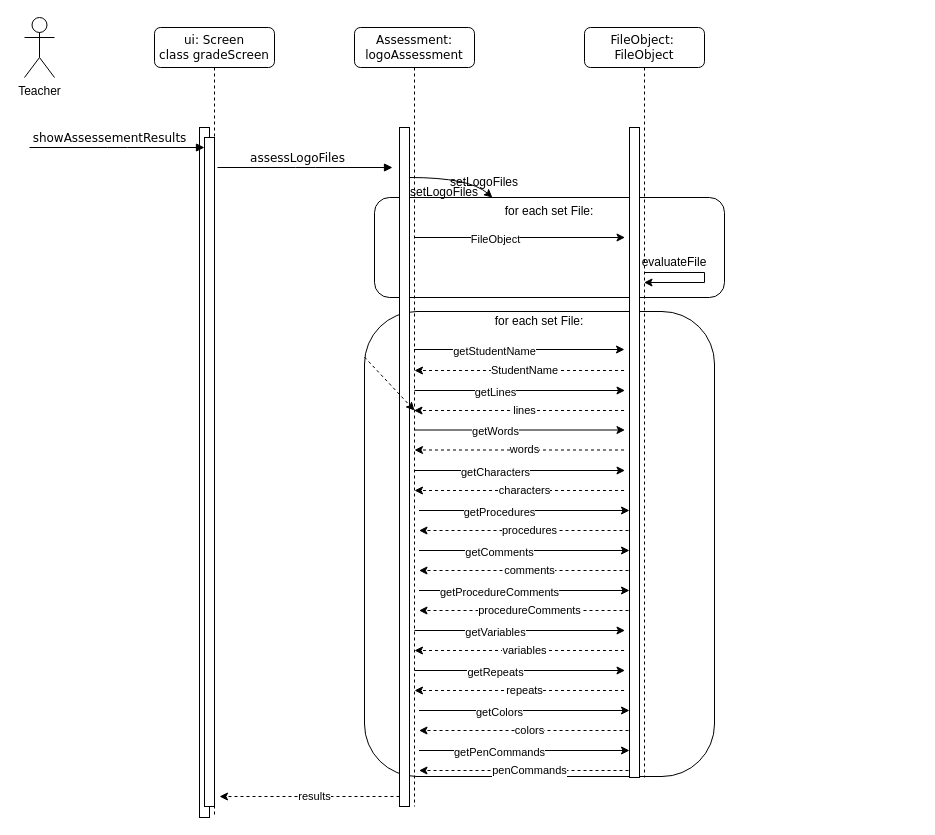
Before: models/Sequence ShowResults.drawio in hartrocker/LogoGrader, a draw.io diagram. Source tidied: cells renumbered, new cells numbered last; positions are measured from the earlier drawing's top-left corner, leaving out a move shared by most shapes. Both pictures are drawn from the tidied source at 100%, with x=0, y=0 at pixel (24, 17).
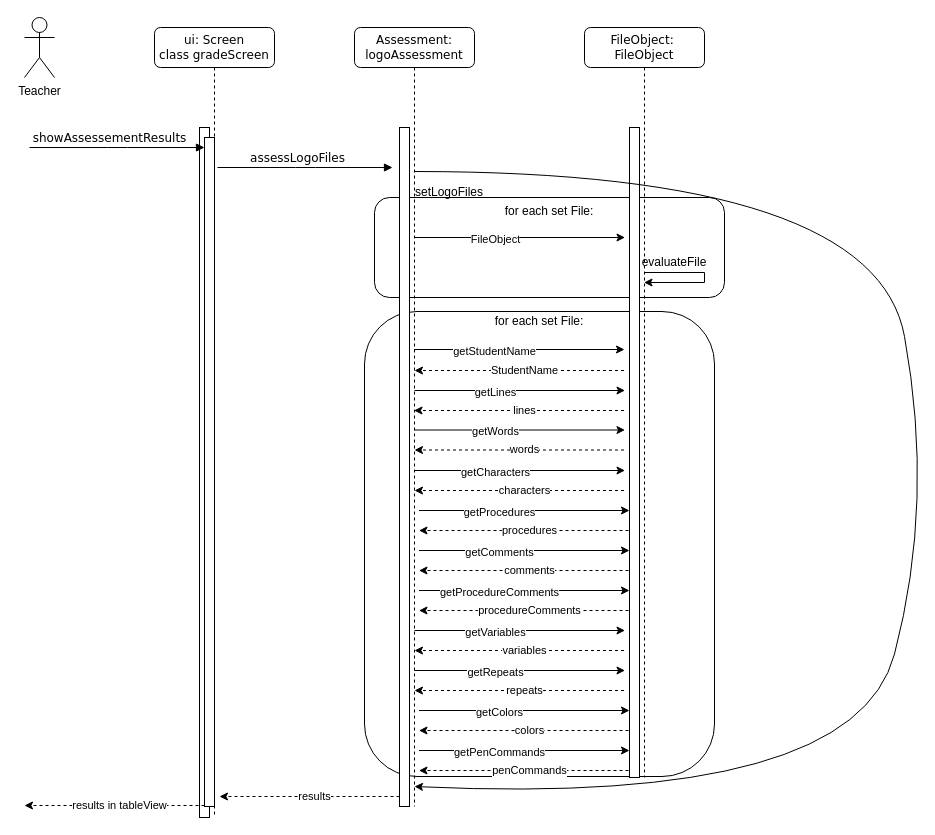
After the change.

The change refers to these unchanged cells:
```xml
<mxCell id="2" value="&lt;div&gt;for each set File:&lt;/div&gt;&lt;div&gt;&lt;br&gt;&lt;/div&gt;&lt;div&gt;&lt;br&gt;&lt;/div&gt;&lt;div&gt;&lt;br&gt;&lt;/div&gt;&lt;div&gt;&lt;br&gt;&lt;/div&gt;&lt;div&gt;&lt;br&gt;&lt;/div&gt;&lt;div&gt;&lt;br&gt;&lt;/div&gt;&lt;div&gt;&lt;br&gt;&lt;/div&gt;&lt;div&gt;&lt;br&gt;&lt;/div&gt;&lt;div&gt;&lt;br&gt;&lt;/div&gt;&lt;div&gt;&lt;br&gt;&lt;/div&gt;&lt;div&gt;&lt;br&gt;&lt;/div&gt;&lt;div&gt;&lt;br&gt;&lt;/div&gt;&lt;div&gt;&lt;br&gt;&lt;/div&gt;&lt;div&gt;&lt;br&gt;&lt;/div&gt;&lt;div&gt;&lt;br&gt;&lt;/div&gt;&lt;div&gt;&lt;br&gt;&lt;/div&gt;&lt;div&gt;&lt;br&gt;&lt;/div&gt;&lt;div&gt;&lt;br&gt;&lt;/div&gt;&lt;div&gt;&lt;br&gt;&lt;/div&gt;&lt;div&gt;&lt;br&gt;&lt;/div&gt;&lt;div&gt;&lt;br&gt;&lt;/div&gt;&lt;div&gt;&lt;br&gt;&lt;/div&gt;&lt;div&gt;&lt;br&gt;&lt;/div&gt;&lt;div&gt;&lt;br&gt;&lt;/div&gt;&lt;div&gt;&lt;br&gt;&lt;/div&gt;&lt;div&gt;&lt;br&gt;&lt;/div&gt;&lt;div&gt;&lt;br&gt;&lt;/div&gt;&lt;div&gt;&lt;br&gt;&lt;/div&gt;&lt;div&gt;&lt;br&gt;&lt;/div&gt;&lt;div&gt;&lt;br&gt;&lt;/div&gt;&lt;div&gt;&lt;br&gt;&lt;/div&gt;" style="rounded=1;whiteSpace=wrap;html=1;roundedPerimeter=1;" parent="1" vertex="1">
  <mxGeometry x="340" y="294" width="350" height="465" as="geometry" />
</mxCell>
<mxCell id="3" value="&lt;div&gt;for each set File:&lt;/div&gt;&lt;div&gt;&lt;br&gt;&lt;/div&gt;&lt;div&gt;&lt;br&gt;&lt;/div&gt;&lt;div&gt;&lt;br&gt;&lt;/div&gt;&lt;div&gt;&lt;br&gt;&lt;/div&gt;&lt;div&gt;&lt;br&gt;&lt;/div&gt;" style="rounded=1;whiteSpace=wrap;html=1;roundedPerimeter=1;" parent="1" vertex="1">
  <mxGeometry x="350" y="180" width="350" height="100" as="geometry" />
</mxCell>
```

Change to the diagram source:
```diff
@@
     <mxCell id="14" value="setLogoFiles" style="text;html=1;whiteSpace=wrap;strokeColor=none;fillColor=none;align=center;verticalAlign=middle;rounded=0;" parent="1" vertex="1">
-      <mxGeometry x="390" y="160" width="60" height="30" as="geometry" />
+      <mxGeometry x="390" y="160" width="70" height="30" as="geometry" />
     </mxCell>
@@
-    <mxCell id="21" style="endArrow=classic;html=1;rounded=0;defaultLabelBackgroundColor=page;entryX=0.667;entryY=0.672;entryDx=0;entryDy=0;entryPerimeter=0;dashed=1;" parent="1" edge="1" source="2">
-      <mxGeometry relative="1" as="geometry">
-        <mxPoint x="390" y="393" as="targetPoint" />
-      </mxGeometry>
-    </mxCell>
@@
-    <mxCell id="60" style="curved=1;curveGeometry=1;endArrow=classic;html=1;rounded=0;defaultLabelBackgroundColor=page;" parent="1" edge="1" target="3">
-      <mxGeometry x="0.31" relative="1" as="geometry">
-        <mxPoint x="385" y="160" as="sourcePoint" />
-        <Array as="points">
-          <mxPoint x="445" y="160" />
-        </Array>
-      </mxGeometry>
-    </mxCell>
@@
-    <mxCell id="63" value="setLogoFiles" style="text;html=1;whiteSpace=wrap;strokeColor=none;fillColor=none;align=center;verticalAlign=middle;rounded=0;" parent="1" vertex="1">
-      <mxGeometry x="430" y="150" width="60" height="30" as="geometry" />
-    </mxCell>
@@
+    <mxCell id="68" style="curved=1;curveGeometry=1;endArrow=classic;html=1;rounded=0;defaultLabelBackgroundColor=page;" parent="1" edge="1">
+      <mxGeometry x="0.49" relative="1" as="geometry">
+        <mxPoint x="390" y="154" as="sourcePoint" />
+        <mxPoint x="390" y="769" as="targetPoint" />
+        <Array as="points">
+          <mxPoint x="850" y="154" />
+          <mxPoint x="910" y="484" />
+          <mxPoint x="830" y="789" />
+        </Array>
+      </mxGeometry>
+    </mxCell>
+    <mxCell id="69" style="endArrow=classic;html=1;rounded=0;defaultLabelBackgroundColor=page;dashed=1;" parent="1" edge="1">
+      <mxGeometry relative="1" as="geometry">
+        <mxPoint x="180" y="788" as="sourcePoint" />
+        <mxPoint y="788" as="targetPoint" />
+      </mxGeometry>
+    </mxCell>
+    <mxCell id="70" value="&lt;div&gt;results in tableView&lt;/div&gt;" style="edgeLabel;html=1;align=center;verticalAlign=middle;inheritText=1;defaultLabelBackgroundColor=page;" parent="69" vertex="1">
+      <mxGeometry x="-0.05" y="-1" relative="1" as="geometry" />
+    </mxCell>
```
